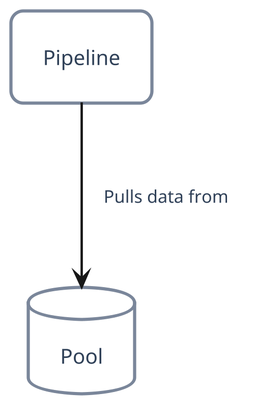
Earlier version of the PlantUML export guides/diagrams/pipeline-conceptual-model.png (BioPsyk/epimight).
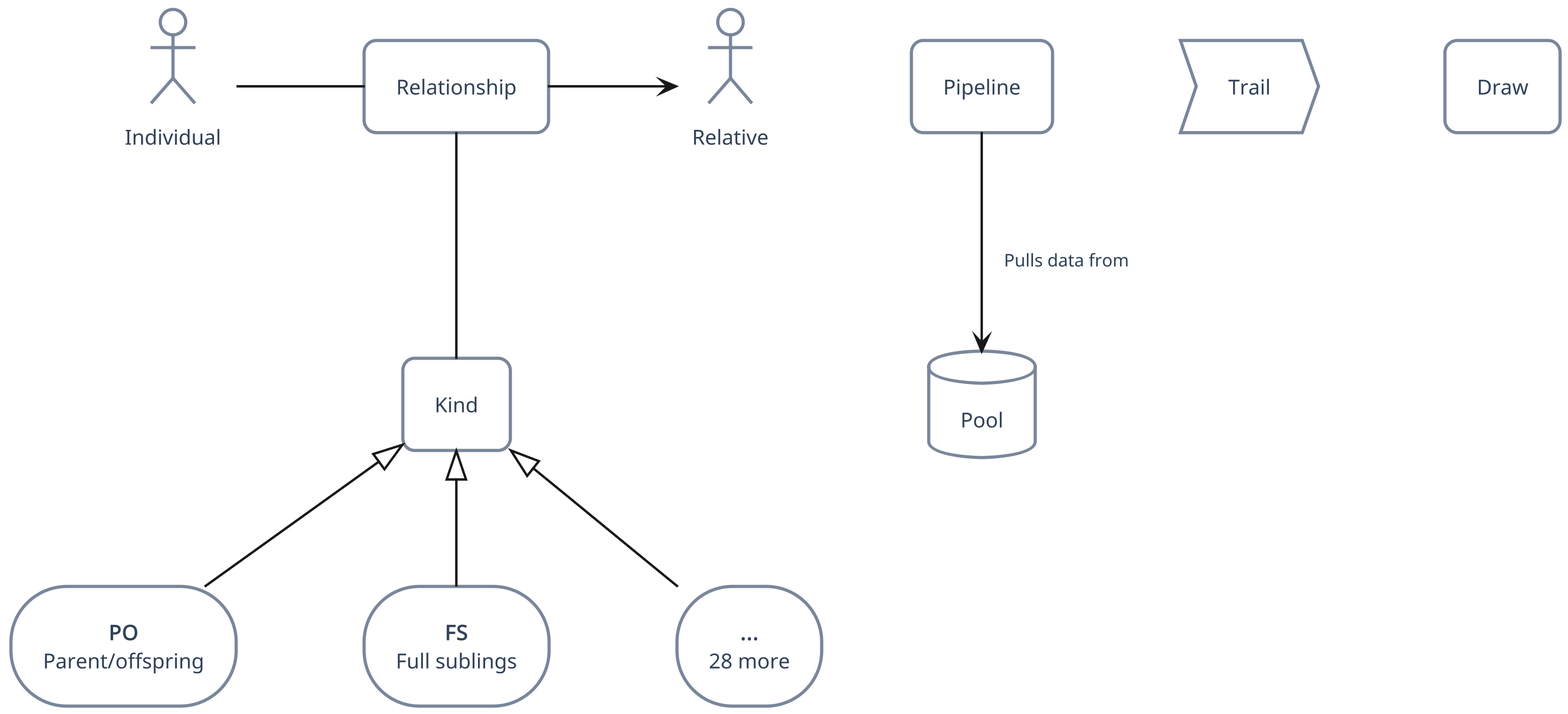
The same diagram one commit later.

Change to the diagram source:
```diff
@@ -14,6 +14,23 @@
 
 rectangle "Pipeline" as pipeline
 database "Pool" as tte_pool
+process "Trail" as trail
+rectangle "Draw" as draw
+rectangle "Kind" as relkind
+rectangle "Relationship" as rel
+actor "Relative" as relative
+actor "Individual" as ind
+storage "**PO**\nParent/offspring" as relkind_po
+storage "**FS**\nFull sublings" as relkind_fs
+storage "**...**\n28 more" as relkind_rest
 
 pipeline --> tte_pool : " Pulls data from"
+
+relkind_po -UP-|> relkind
+relkind_fs -UP-|> relkind
+relkind_rest -UP-|> relkind
+
+ind -RIGHT- rel
+rel -RIGHT-> relative
+rel -- relkind
 @enduml
```
